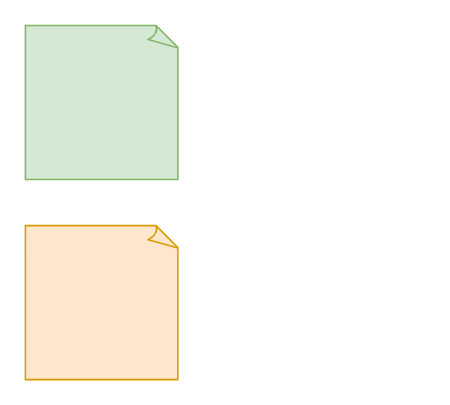
The draw.io diagram post-it-test.drawio in steffens/20201031_test, before the edit. Source tidied: cells renumbered, new cells numbered last; positions are measured from the earlier drawing's top-left corner, leaving out a move shared by most shapes. Both pictures are drawn from the tidied source at 154%, with x=0, y=0 at pixel (25, 25).
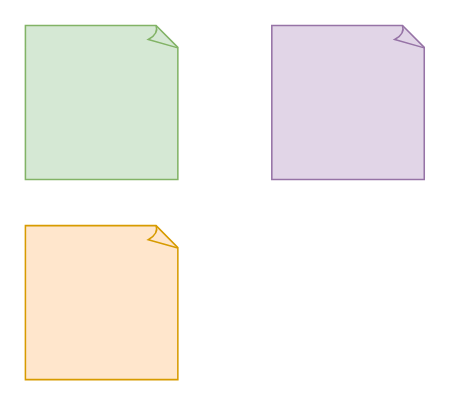
Above is the later version.

Commit message:
lila rechts

The edit, as a diff of the source:
```diff
@@
 <mxGraphModel>
   <root>
     <mxCell id="0" />
     <mxCell id="1" parent="0" />
     <mxCell id="2" style="whiteSpace=wrap;html=1;shape=mxgraph.basic.document;fillColor=#d5e8d4;strokeColor=#82b366;" parent="1" vertex="1">
       <mxGeometry width="100" height="100" as="geometry" />
     </mxCell>
+    <mxCell id="4" style="whiteSpace=wrap;html=1;shape=mxgraph.basic.document;fillColor=#e1d5e7;strokeColor=#9673a6;" parent="1" vertex="1">
+      <mxGeometry x="160" width="100" height="100" as="geometry" />
+    </mxCell>
     <mxCell id="3" style="whiteSpace=wrap;html=1;shape=mxgraph.basic.document;fillColor=#ffe6cc;strokeColor=#d79b00;" parent="1" vertex="1">
       <mxGeometry y="130" width="100" height="100" as="geometry" />
     </mxCell>
   </root>
 </mxGraphModel>
```
